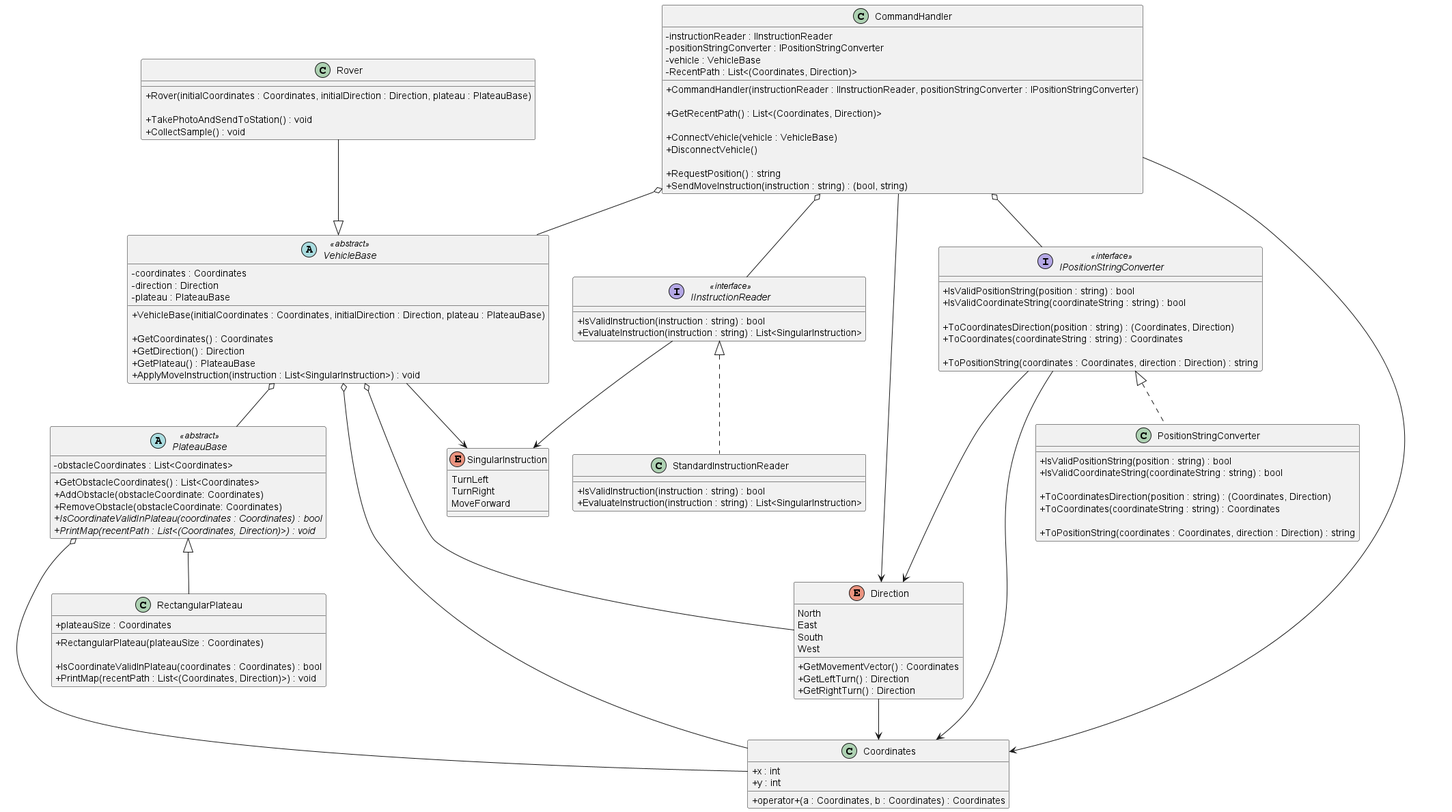
This is diagrams/Mars Rover Challenge.png from iamfranco/MarsRoverChallenge, a PlantUML export, as it was before one commit.
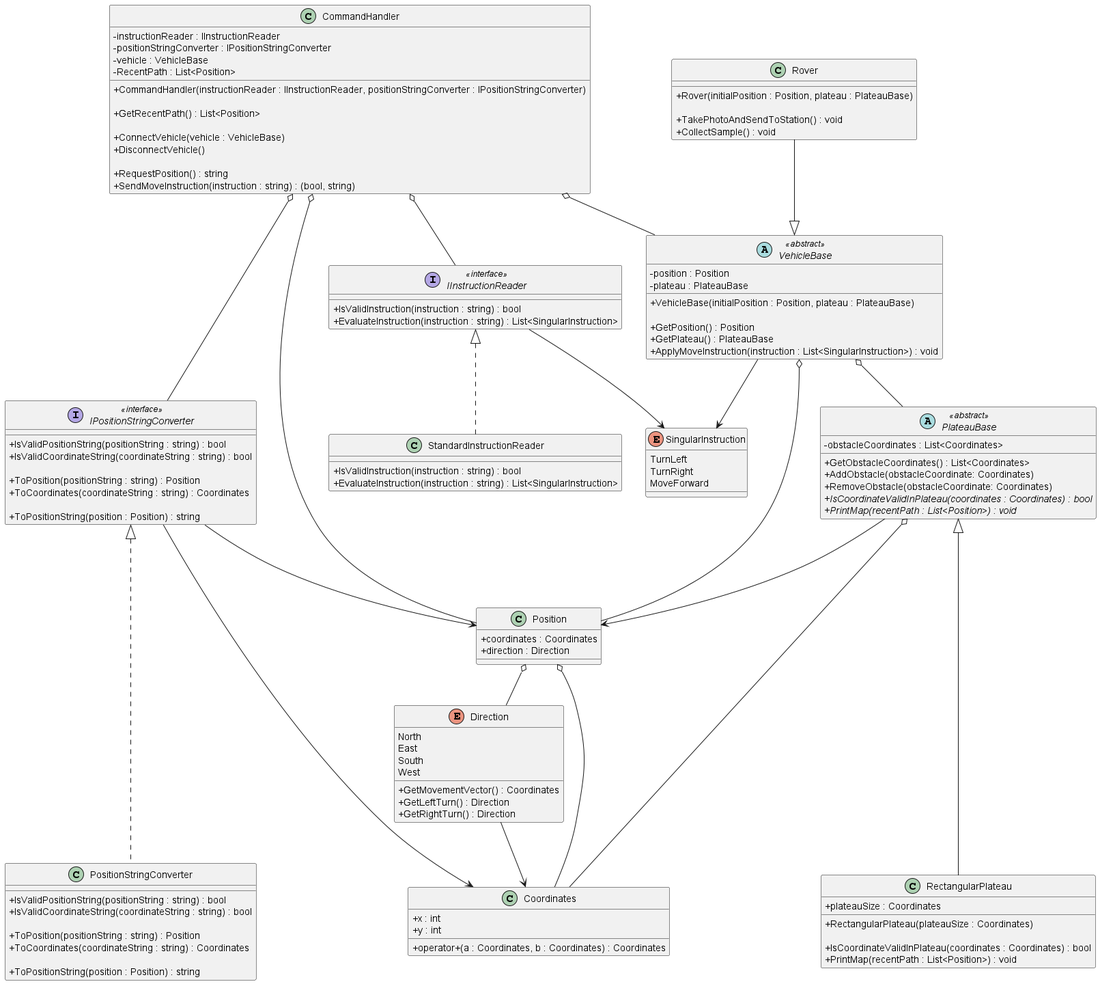
The same diagram one commit later.

Commit message:
UML: add Position class to replace tuple of (Coordinates, Direction)

Diff of the diagram source:
```diff
@@ -6,11 +6,11 @@
   - instructionReader : IInstructionReader
   - positionStringConverter : IPositionStringConverter
   - vehicle : VehicleBase
-  - RecentPath : List<&#40;Coordinates, Direction&#41;>
+  - RecentPath : List<Position>
 
   + CommandHandler(instructionReader : IInstructionReader, positionStringConverter : IPositionStringConverter)
 
-  + GetRecentPath() : List<(Coordinates, Direction)>
+  + GetRecentPath() : List<Position>
 
   + ConnectVehicle(vehicle : VehicleBase)
   + DisconnectVehicle()
@@ -46,7 +46,7 @@
   + AddObstacle(obstacleCoordinate: Coordinates)
   + RemoveObstacle(obstacleCoordinate: Coordinates)
   {abstract} + IsCoordinateValidInPlateau(coordinates : Coordinates) : bool
-  {abstract} + PrintMap(recentPath : List<(Coordinates, Direction)>) : void
+  {abstract} + PrintMap(recentPath : List<Position>) : void
 }
 
 class RectangularPlateau
@@ -56,7 +56,7 @@
   + RectangularPlateau(plateauSize : Coordinates)
 
   + IsCoordinateValidInPlateau(coordinates : Coordinates) : bool
-  + PrintMap(recentPath : List<(Coordinates, Direction)>) : void
+  + PrintMap(recentPath : List<Position>) : void
 }
 
 class Coordinates
@@ -81,29 +81,35 @@
 
 interface IPositionStringConverter <<interface>>
 {
-  + IsValidPositionString(position : string) : bool
+  + IsValidPositionString(positionString : string) : bool
   + IsValidCoordinateString(coordinateString : string) : bool
 
-  + ToCoordinatesDirection(position : string) : (Coordinates, Direction)
+  + ToPosition(positionString : string) : Position
   + ToCoordinates(coordinateString : string) : Coordinates
 
-  + ToPositionString(coordinates : Coordinates, direction : Direction) : string
+  + ToPositionString(position : Position) : string
+}
+
+class Position
+{
+  + coordinates : Coordinates
+  + direction : Direction
 }
 
 class PositionStringConverter
 {
-  + IsValidPositionString(position : string) : bool
+  + IsValidPositionString(positionString : string) : bool
   + IsValidCoordinateString(coordinateString : string) : bool
 
-  + ToCoordinatesDirection(position : string) : (Coordinates, Direction)
+  + ToPosition(positionString : string) : Position
   + ToCoordinates(coordinateString : string) : Coordinates
 
-  + ToPositionString(coordinates : Coordinates, direction : Direction) : string
+  + ToPositionString(position : Position) : string
 }
 
 class Rover
 {
-  + Rover(initialCoordinates : Coordinates, initialDirection : Direction, plateau : PlateauBase)
+  + Rover(initialPosition : Position, plateau : PlateauBase)
 
   + TakePhotoAndSendToStation() : void
   + CollectSample() : void
@@ -111,14 +117,12 @@
 
 abstract VehicleBase <<abstract>>
 {
-  - coordinates : Coordinates
-  - direction : Direction
+  - position : Position
   - plateau : PlateauBase
 
-  + VehicleBase(initialCoordinates : Coordinates, initialDirection : Direction, plateau : PlateauBase)
+  + VehicleBase(initialPosition : Position, plateau : PlateauBase)
 
-  + GetCoordinates() : Coordinates
-  + GetDirection() : Direction
+  + GetPosition() : Position
   + GetPlateau() : PlateauBase
   + ApplyMoveInstruction(instruction : List<SingularInstruction>) : void
 }
@@ -126,25 +130,27 @@
 CommandHandler o-- IInstructionReader
 CommandHandler o-- IPositionStringConverter
 CommandHandler o-- VehicleBase
-CommandHandler -----> Coordinates
-CommandHandler ----> Direction
+CommandHandler o---- Position
 
 IInstructionReader --> SingularInstruction
 IInstructionReader <|.. StandardInstructionReader
 
 VehicleBase <|-u- Rover
 VehicleBase --> SingularInstruction
-VehicleBase o--- Direction
-VehicleBase o---- Coordinates
+VehicleBase o--- Position
 VehicleBase o-- PlateauBase
 
-IPositionStringConverter <|.. PositionStringConverter
-IPositionStringConverter ---> Direction
+IPositionStringConverter <|..... PositionStringConverter
+IPositionStringConverter ---> Position
 IPositionStringConverter ----> Coordinates
 
-PlateauBase <|-- RectangularPlateau
+PlateauBase <|----- RectangularPlateau
+PlateauBase ---> Position
 PlateauBase o--- Coordinates
 
 Direction --> Coordinates
 
+Position o-- Direction
+Position o-- Coordinates
+
 @enduml
```
